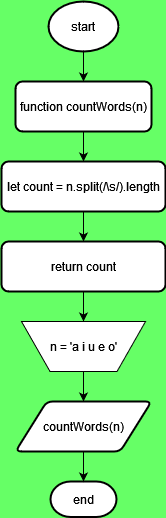
Before: flowchart-diagram/count_words_algorithm.drawio.png, a diagram exported from draw.io (Destantomy/Dry-run-algorithm). Source tidied: cells renumbered, new cells last; positions are measured from the earlier drawing's top-left corner, leaving out a move shared by most shapes.
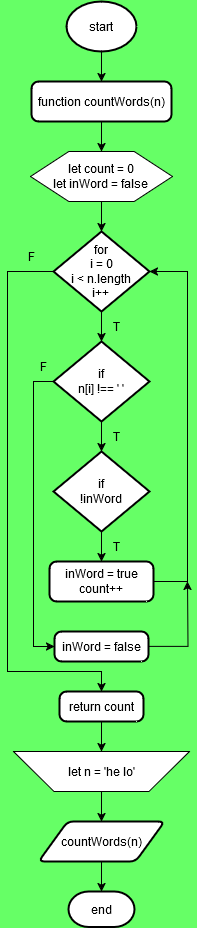
Later version of the same file.

Change to the diagram source:
```diff
@@ -2,44 +2,108 @@
   <root>
     <mxCell id="0" />
     <mxCell id="1" parent="0" />
-    <mxCell id="2" style="edgeStyle=orthogonalEdgeStyle;rounded=0;jettySize=auto;html=1;exitX=0.5;exitY=1;exitDx=0;exitDy=0;exitPerimeter=0;entryX=0.5;entryY=0;entryDx=0;entryDy=0;" parent="1" edge="1" source="3" target="5">
+    <mxCell id="2" style="edgeStyle=orthogonalEdgeStyle;rounded=0;jettySize=auto;html=1;exitX=0.5;exitY=1;exitDx=0;exitDy=0;exitPerimeter=0;" parent="1" edge="1" source="3" target="5">
       <mxGeometry relative="1" as="geometry" />
     </mxCell>
     <mxCell id="3" value="start" style="strokeWidth=2;html=1;shape=mxgraph.flowchart.start_1;whiteSpace=wrap;" parent="1" vertex="1">
       <mxGeometry x="47" width="70" height="50" as="geometry" />
     </mxCell>
-    <mxCell id="4" style="edgeStyle=orthogonalEdgeStyle;rounded=0;jettySize=auto;html=1;exitX=0.5;exitY=1;exitDx=0;exitDy=0;entryX=0.5;entryY=0;entryDx=0;entryDy=0;" parent="1" edge="1" source="5" target="7">
-      <mxGeometry relative="1" as="geometry" />
-    </mxCell>
+    <mxCell id="13" value="end" style="strokeWidth=2;html=1;shape=mxgraph.flowchart.terminator;whiteSpace=wrap;" parent="1" vertex="1">
+      <mxGeometry x="49" y="890" width="66" height="35.5" as="geometry" />
+    </mxCell>
+    <mxCell id="15" value="&lt;div&gt;let count = 0&lt;/div&gt;&lt;div&gt;let inWord = false&lt;br&gt;&lt;/div&gt;" style="verticalLabelPosition=middle;verticalAlign=middle;html=1;shape=hexagon;perimeter=hexagonPerimeter2;arcSize=6;size=0.27;labelPosition=center;align=center;whiteSpace=wrap;" parent="1" vertex="1">
+      <mxGeometry x="11" y="150" width="142" height="50" as="geometry" />
+    </mxCell>
+    <mxCell id="16" style="edgeStyle=orthogonalEdgeStyle;rounded=0;jettySize=auto;html=1;exitX=0.5;exitY=1;exitDx=0;exitDy=0;entryX=0.5;entryY=0;entryDx=0;entryDy=0;" parent="1" edge="1" source="5" target="15">
+      <mxGeometry relative="1" as="geometry" />
+    </mxCell>
     <mxCell id="5" value="function countWords(n)" style="rounded=1;whiteSpace=wrap;html=1;absoluteArcSize=1;arcSize=14;strokeWidth=2;" parent="1" vertex="1">
-      <mxGeometry x="14" y="80" width="136" height="50" as="geometry" />
+      <mxGeometry x="12" y="80" width="140" height="40" as="geometry" />
     </mxCell>
-    <mxCell id="6" style="edgeStyle=orthogonalEdgeStyle;rounded=0;jettySize=auto;html=1;exitX=0.5;exitY=1;exitDx=0;exitDy=0;entryX=0.5;entryY=0;entryDx=0;entryDy=0;" parent="1" edge="1" source="7" target="9">
-      <mxGeometry relative="1" as="geometry" />
-    </mxCell>
-    <mxCell id="7" value="let count = n.split(/\s/).length" style="rounded=1;whiteSpace=wrap;html=1;absoluteArcSize=1;arcSize=14;strokeWidth=2;" parent="1" vertex="1">
-      <mxGeometry y="160" width="164" height="50" as="geometry" />
-    </mxCell>
-    <mxCell id="8" style="edgeStyle=orthogonalEdgeStyle;rounded=0;jettySize=auto;html=1;exitX=0.5;exitY=1;exitDx=0;exitDy=0;entryX=0.5;entryY=0;entryDx=0;entryDy=0;" parent="1" edge="1" source="9" target="11">
-      <mxGeometry relative="1" as="geometry" />
-    </mxCell>
+    <mxCell id="17" style="edgeStyle=orthogonalEdgeStyle;rounded=0;jettySize=auto;html=1;exitX=0;exitY=0.5;exitDx=0;exitDy=0;exitPerimeter=0;entryX=0.5;entryY=0;entryDx=0;entryDy=0;" parent="1" edge="1" source="18" target="9">
+      <mxGeometry relative="1" as="geometry">
+        <Array as="points">
+          <mxPoint x="-12" y="270" />
+          <mxPoint x="-12" y="670" />
+          <mxPoint x="82" y="670" />
+        </Array>
+      </mxGeometry>
+    </mxCell>
+    <mxCell id="18" value="&lt;div&gt;for&lt;/div&gt;&lt;div&gt;i = 0&lt;/div&gt;&lt;div&gt;i &amp;lt; n.length&lt;/div&gt;&lt;div&gt;i++&lt;br&gt;&lt;/div&gt;" style="strokeWidth=2;html=1;shape=mxgraph.flowchart.decision;whiteSpace=wrap;" parent="1" vertex="1">
+      <mxGeometry x="34" y="230" width="96" height="80" as="geometry" />
+    </mxCell>
+    <mxCell id="19" style="edgeStyle=orthogonalEdgeStyle;rounded=0;jettySize=auto;html=1;exitX=0;exitY=0.5;exitDx=0;exitDy=0;exitPerimeter=0;entryX=0;entryY=0.5;entryDx=0;entryDy=0;" parent="1" edge="1" source="20" target="25">
+      <mxGeometry relative="1" as="geometry" />
+    </mxCell>
+    <mxCell id="20" value="&lt;div&gt;if&lt;/div&gt;&lt;div&gt;n[i] !== ' '&lt;br&gt;&lt;/div&gt;" style="strokeWidth=2;html=1;shape=mxgraph.flowchart.decision;whiteSpace=wrap;" parent="1" vertex="1">
+      <mxGeometry x="34" y="340" width="96" height="80" as="geometry" />
+    </mxCell>
+    <mxCell id="21" style="edgeStyle=orthogonalEdgeStyle;rounded=0;jettySize=auto;html=1;exitX=0.5;exitY=1;exitDx=0;exitDy=0;exitPerimeter=0;entryX=0.5;entryY=0;entryDx=0;entryDy=0;" parent="1" edge="1" source="22" target="23">
+      <mxGeometry relative="1" as="geometry" />
+    </mxCell>
+    <mxCell id="22" value="&lt;div&gt;if&lt;/div&gt;&lt;div&gt;!inWord&lt;br&gt;&lt;/div&gt;" style="strokeWidth=2;html=1;shape=mxgraph.flowchart.decision;whiteSpace=wrap;" parent="1" vertex="1">
+      <mxGeometry x="34" y="450" width="96" height="80" as="geometry" />
+    </mxCell>
+    <mxCell id="23" value="&lt;div&gt;inWord = true&lt;/div&gt;&lt;div&gt;count++&lt;br&gt;&lt;/div&gt;" style="rounded=1;whiteSpace=wrap;html=1;absoluteArcSize=1;arcSize=14;strokeWidth=2;" parent="1" vertex="1">
+      <mxGeometry x="30" y="560" width="104" height="40" as="geometry" />
+    </mxCell>
+    <mxCell id="24" style="edgeStyle=orthogonalEdgeStyle;rounded=0;jettySize=auto;html=1;exitX=1;exitY=0.5;exitDx=0;exitDy=0;" parent="1" edge="1" source="25">
+      <mxGeometry relative="1" as="geometry">
+        <mxPoint x="168" y="580" as="targetPoint" />
+      </mxGeometry>
+    </mxCell>
+    <mxCell id="25" value="inWord = false" style="rounded=1;whiteSpace=wrap;html=1;absoluteArcSize=1;arcSize=14;strokeWidth=2;" parent="1" vertex="1">
+      <mxGeometry x="35" y="630" width="94" height="30" as="geometry" />
+    </mxCell>
+    <mxCell id="26" style="edgeStyle=orthogonalEdgeStyle;rounded=0;jettySize=auto;html=1;exitX=0.5;exitY=1;exitDx=0;exitDy=0;entryX=0.5;entryY=0;entryDx=0;entryDy=0;" parent="1" edge="1" source="9" target="28">
+      <mxGeometry relative="1" as="geometry" />
+    </mxCell>
     <mxCell id="9" value="return count" style="rounded=1;whiteSpace=wrap;html=1;absoluteArcSize=1;arcSize=14;strokeWidth=2;" parent="1" vertex="1">
-      <mxGeometry y="240" width="164" height="50" as="geometry" />
+      <mxGeometry x="40" y="690" width="84" height="30" as="geometry" />
     </mxCell>
-    <mxCell id="10" style="edgeStyle=orthogonalEdgeStyle;rounded=0;jettySize=auto;html=1;exitX=0.5;exitY=1;exitDx=0;exitDy=0;entryX=0.5;entryY=0;entryDx=0;entryDy=0;" parent="1" edge="1" source="11" target="12">
-      <mxGeometry relative="1" as="geometry" />
-    </mxCell>
-    <mxCell id="11" value="n = 'a i u e o'" style="verticalLabelPosition=middle;verticalAlign=middle;html=1;shape=trapezoid;perimeter=trapezoidPerimeter;whiteSpace=wrap;size=0.23;arcSize=10;flipV=1;labelPosition=center;align=center;" parent="1" vertex="1">
-      <mxGeometry x="20" y="320" width="124" height="50" as="geometry" />
-    </mxCell>
+    <mxCell id="27" style="edgeStyle=orthogonalEdgeStyle;rounded=0;jettySize=auto;html=1;exitX=0.5;exitY=1;exitDx=0;exitDy=0;entryX=0.5;entryY=0;entryDx=0;entryDy=0;" parent="1" edge="1" source="28" target="12">
+      <mxGeometry relative="1" as="geometry" />
+    </mxCell>
+    <mxCell id="28" value="let n = 'he lo'" style="verticalLabelPosition=middle;verticalAlign=middle;html=1;shape=trapezoid;perimeter=trapezoidPerimeter;whiteSpace=wrap;size=0.23;arcSize=10;flipV=1;labelPosition=center;align=center;" parent="1" vertex="1">
+      <mxGeometry x="-6" y="750" width="176" height="40" as="geometry" />
+    </mxCell>
     <mxCell id="12" value="countWords(n)" style="shape=parallelogram;html=1;strokeWidth=2;perimeter=parallelogramPerimeter;whiteSpace=wrap;rounded=1;arcSize=12;size=0.23;" parent="1" vertex="1">
-      <mxGeometry x="14" y="400" width="136" height="50" as="geometry" />
+      <mxGeometry x="19" y="820" width="126" height="40" as="geometry" />
     </mxCell>
-    <mxCell id="13" value="end" style="strokeWidth=2;html=1;shape=mxgraph.flowchart.terminator;whiteSpace=wrap;" parent="1" vertex="1">
-      <mxGeometry x="49" y="480" width="66" height="35.5" as="geometry" />
-    </mxCell>
+    <mxCell id="29" style="edgeStyle=orthogonalEdgeStyle;rounded=0;jettySize=auto;html=1;exitX=0.5;exitY=1;exitDx=0;exitDy=0;entryX=0.5;entryY=0;entryDx=0;entryDy=0;entryPerimeter=0;" parent="1" edge="1" source="15" target="18">
+      <mxGeometry relative="1" as="geometry" />
+    </mxCell>
+    <mxCell id="30" style="edgeStyle=orthogonalEdgeStyle;rounded=0;jettySize=auto;html=1;exitX=0.5;exitY=1;exitDx=0;exitDy=0;exitPerimeter=0;entryX=0.5;entryY=0;entryDx=0;entryDy=0;entryPerimeter=0;" parent="1" edge="1" source="18" target="20">
+      <mxGeometry relative="1" as="geometry" />
+    </mxCell>
+    <mxCell id="31" style="edgeStyle=orthogonalEdgeStyle;rounded=0;jettySize=auto;html=1;exitX=0.5;exitY=1;exitDx=0;exitDy=0;exitPerimeter=0;entryX=0.5;entryY=0;entryDx=0;entryDy=0;entryPerimeter=0;" parent="1" edge="1" source="20" target="22">
+      <mxGeometry relative="1" as="geometry" />
+    </mxCell>
+    <mxCell id="32" value="T" style="text;html=1;align=center;verticalAlign=middle;strokeColor=none;fillColor=none;" parent="1" vertex="1">
+      <mxGeometry x="82" y="310" width="30" height="30" as="geometry" />
+    </mxCell>
+    <mxCell id="33" value="T" style="text;html=1;align=center;verticalAlign=middle;strokeColor=none;fillColor=none;" parent="1" vertex="1">
+      <mxGeometry x="82" y="420" width="30" height="30" as="geometry" />
+    </mxCell>
+    <mxCell id="34" value="T" style="text;html=1;align=center;verticalAlign=middle;strokeColor=none;fillColor=none;" parent="1" vertex="1">
+      <mxGeometry x="82" y="530" width="30" height="30" as="geometry" />
+    </mxCell>
     <mxCell id="14" style="edgeStyle=orthogonalEdgeStyle;rounded=0;jettySize=auto;html=1;exitX=0.5;exitY=1;exitDx=0;exitDy=0;entryX=0.5;entryY=0;entryDx=0;entryDy=0;entryPerimeter=0;" parent="1" edge="1" source="12" target="13">
       <mxGeometry relative="1" as="geometry" />
     </mxCell>
+    <mxCell id="35" value="F" style="text;html=1;align=center;verticalAlign=middle;strokeColor=none;fillColor=none;" parent="1" vertex="1">
+      <mxGeometry x="9" y="350" width="30" height="30" as="geometry" />
+    </mxCell>
+    <mxCell id="36" style="edgeStyle=orthogonalEdgeStyle;rounded=0;jettySize=auto;html=1;exitX=1;exitY=0.5;exitDx=0;exitDy=0;entryX=1;entryY=0.5;entryDx=0;entryDy=0;entryPerimeter=0;" parent="1" edge="1" source="23" target="18">
+      <mxGeometry relative="1" as="geometry">
+        <Array as="points">
+          <mxPoint x="168" y="580" />
+          <mxPoint x="168" y="270" />
+        </Array>
+      </mxGeometry>
+    </mxCell>
+    <mxCell id="37" value="F" style="text;html=1;align=center;verticalAlign=middle;strokeColor=none;fillColor=none;" parent="1" vertex="1">
+      <mxGeometry x="-3" y="240" width="30" height="30" as="geometry" />
+    </mxCell>
   </root>
 </mxGraphModel>
```
